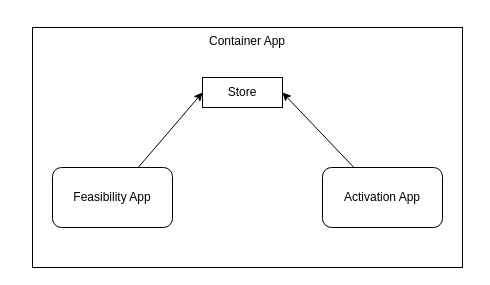
isaialbarran/WebPack5-and-ModuleFederation keeps this draw.io diagram as architecture.dio. Above is the earlier version. Source tidied: cells renumbered, new cells numbered last; positions are measured from the earlier drawing's top-left corner, leaving out a move shared by most shapes. Both pictures are drawn from the tidied source at 100%, with x=0, y=0 at pixel (32, 27).
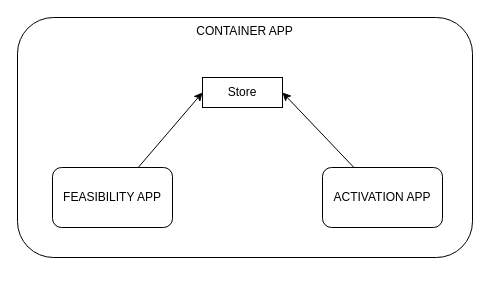
After the change.

Change to the diagram source:
```diff
@@
 <mxGraphModel>
   <root>
     <mxCell id="0" />
     <mxCell id="1" parent="0" />
-    <mxCell id="2" value="Container App&lt;br&gt;" style="rounded=0;whiteSpace=wrap;html=1;horizontal=1;verticalAlign=top;" parent="1" vertex="1">
-      <mxGeometry width="430" height="240" as="geometry" />
-    </mxCell>
+    <mxCell id="8" value="CONTAINER APP" style="rounded=1;whiteSpace=wrap;html=1;verticalAlign=top;" parent="1" vertex="1">
+      <mxGeometry x="-15" y="-10" width="455" height="240" as="geometry" />
+    </mxCell>
     <mxCell id="3" value="Store" style="rounded=0;whiteSpace=wrap;html=1;" parent="1" vertex="1">
       <mxGeometry x="170" y="50" width="80" height="30" as="geometry" />
     </mxCell>
     <mxCell id="4" style="edgeStyle=none;html=1;entryX=0;entryY=0.5;entryDx=0;entryDy=0;" parent="1" edge="1" source="5" target="3">
       <mxGeometry relative="1" as="geometry" />
     </mxCell>
-    <mxCell id="5" value="Feasibility App" style="rounded=1;whiteSpace=wrap;html=1;" parent="1" vertex="1">
+    <mxCell id="5" value="FEASIBILITY APP" style="rounded=1;whiteSpace=wrap;html=1;" parent="1" vertex="1">
       <mxGeometry x="20" y="140" width="120" height="60" as="geometry" />
     </mxCell>
     <mxCell id="6" style="edgeStyle=none;html=1;entryX=1;entryY=0.5;entryDx=0;entryDy=0;" parent="1" edge="1" source="7" target="3">
       <mxGeometry relative="1" as="geometry" />
     </mxCell>
-    <mxCell id="7" value="Activation App" style="rounded=1;whiteSpace=wrap;html=1;" parent="1" vertex="1">
+    <mxCell id="7" value="ACTIVATION APP" style="rounded=1;whiteSpace=wrap;html=1;" parent="1" vertex="1">
       <mxGeometry x="290" y="140" width="120" height="60" as="geometry" />
     </mxCell>
   </root>
 </mxGraphModel>
```
